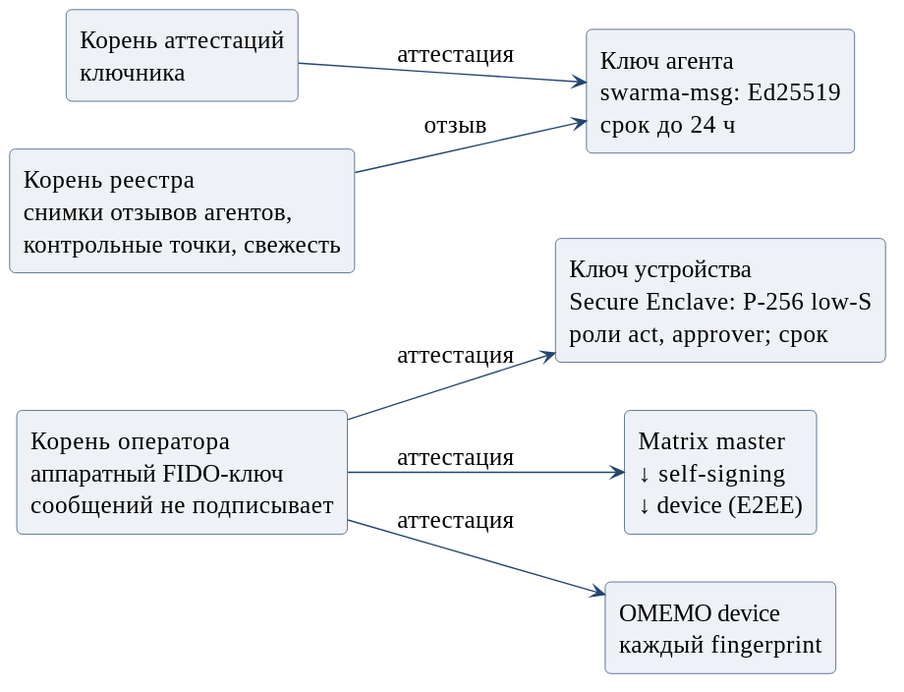
The PlantUML diagram editorial/notes/signing-auth/diagrams/trust-chain.svg in relux-works/swarma-docs, before a commit. Its source is kept beside it as editorial/notes/signing-auth/src/trust-chain.puml.
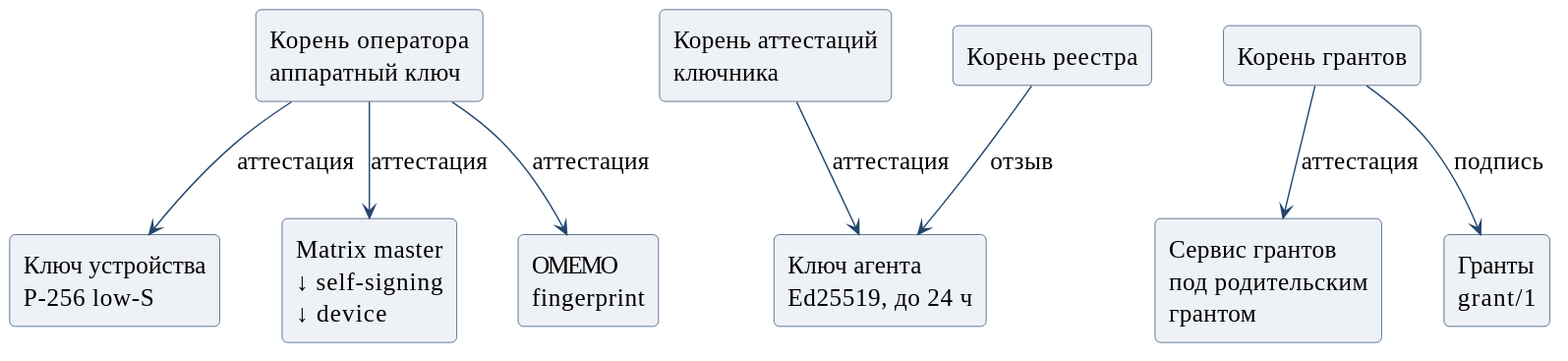
After the change.

The edit, as a diff of the source:
```diff
@@ -1,22 +1,28 @@
 @startuml
-left to right direction
+top to bottom direction
 skinparam defaultFontName PT Sans
 skinparam defaultFontSize 18
 skinparam shadowing false
 skinparam roundcorner 8
+skinparam nodesep 45
 skinparam ArrowColor #23466e
 skinparam rectangleBackgroundColor #eef1f5
 skinparam rectangleBorderColor #23466e
-rectangle "Корень оператора\nаппаратный FIDO-ключ\nсообщений не подписывает" as root
-rectangle "Ключ устройства\nSecure Enclave: P-256 low-S\nроли act, approver; срок" as device
-rectangle "Matrix master\n↓ self-signing\n↓ device (E2EE)" as master
-rectangle "OMEMO device\nкаждый fingerprint" as xmpp
+rectangle "Корень оператора\nаппаратный ключ" as root
 rectangle "Корень аттестаций\nключника" as km
-rectangle "Ключ агента\nswarma-msg: Ed25519\nсрок до 24 ч" as agent
-rectangle "Корень реестра\nснимки отзывов агентов,\nконтрольные точки, свежесть" as registry
+rectangle "Корень реестра" as registry
+rectangle "Корень грантов" as grantroot
+rectangle "Ключ устройства\nP-256 low-S" as device
+rectangle "Matrix master\n↓ self-signing\n↓ device" as master
+rectangle "OMEMO\nfingerprint" as xmpp
+rectangle "Ключ агента\nEd25519, до 24 ч" as agent
+rectangle "Сервис грантов\nпод родительским\nгрантом" as grantsvc
+rectangle "Гранты\ngrant/1" as grants
 root --> device : аттестация
 root --> master : аттестация
 root --> xmpp : аттестация
 km --> agent : аттестация
 registry --> agent : отзыв
+grantroot --> grantsvc : аттестация
+grantroot --> grants : подпись
 @enduml
```
